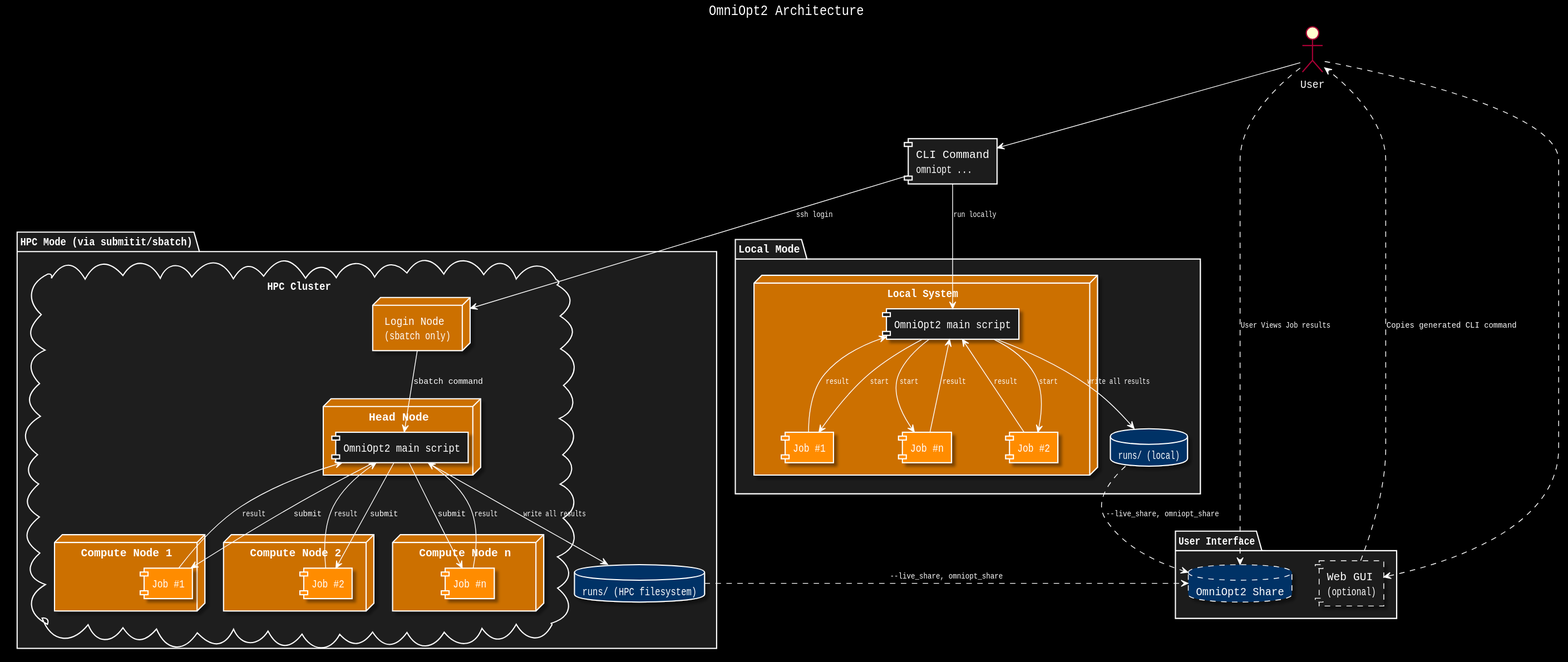
Before: .gui/documentation/output_dark/architecture.svg, a diagram exported from PlantUML (NormanTUD/OmniOpt).
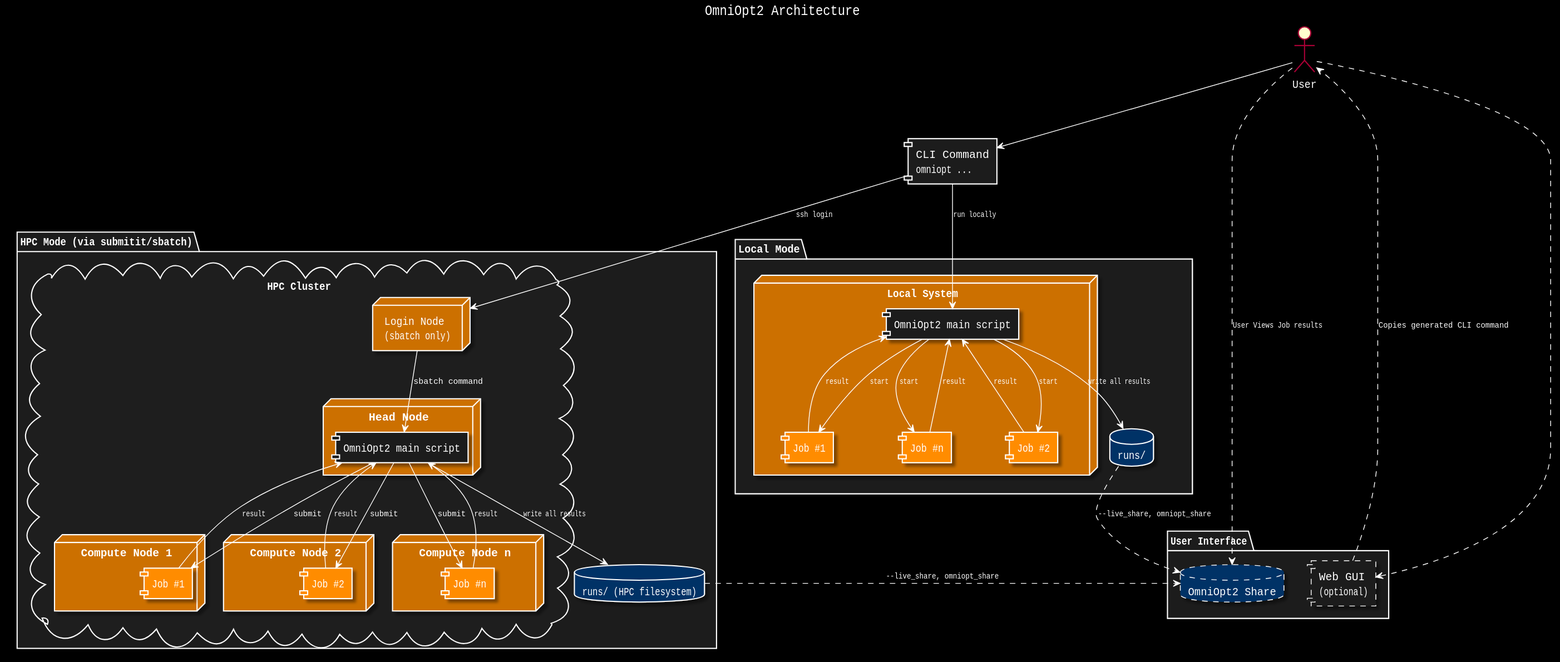
Above is the later version.

Diff of the diagram source:
```diff
@@ -42,7 +42,7 @@
 User ..> Share : User Views Job results
 
 package "Local Mode" {
-  database "runs/ (local)" as LocalRuns
+  database "runs/" as LocalRuns
 
   node "Local System" {
     component "OmniOpt2 main script" as LocalCore
```
